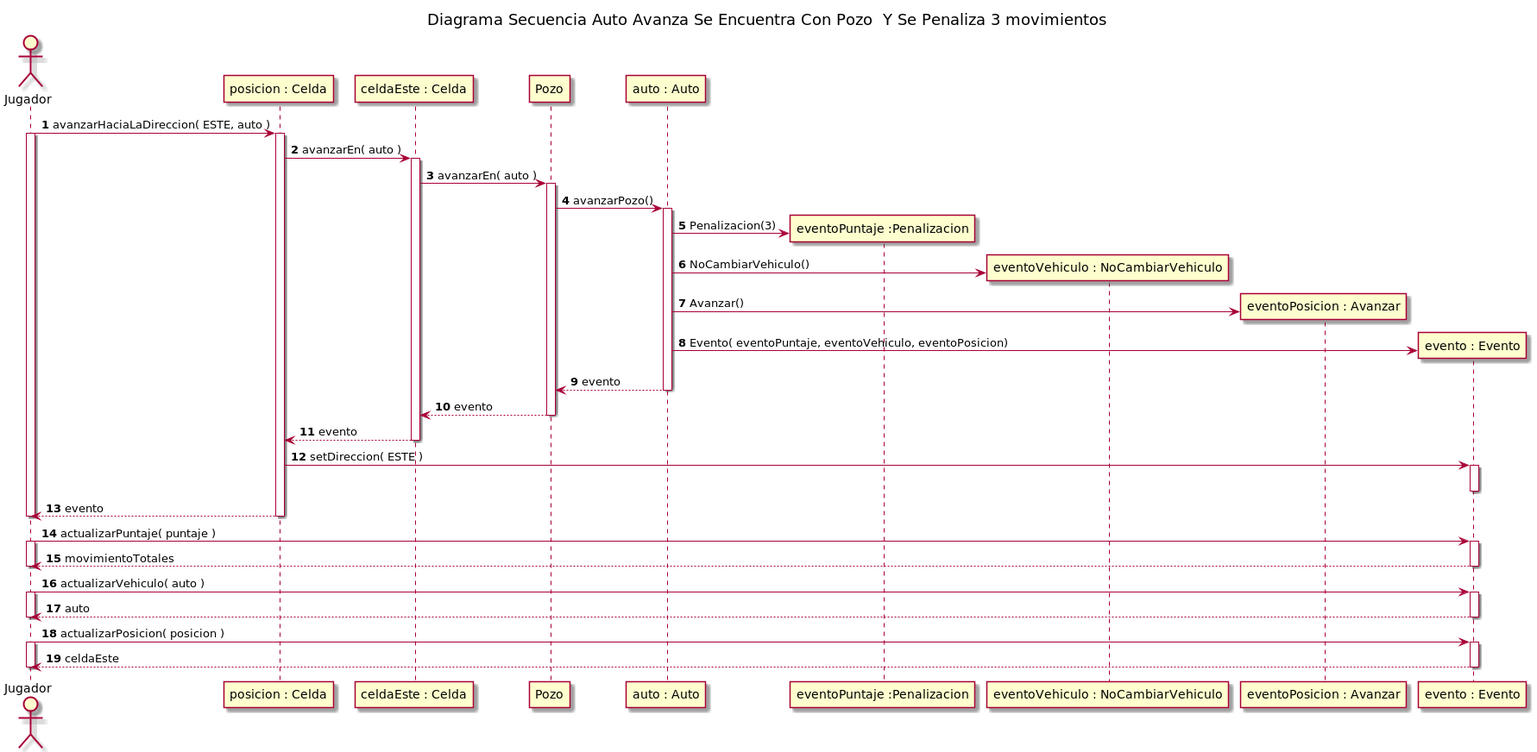
rodrigovzq/algo3_tp2 keeps this PlantUML diagram as diagrams/sequences/entrega1/actualizados/img/AutoEncuentraPozoYsePenalizaEn3Movimientos.png. Above is the earlier version.
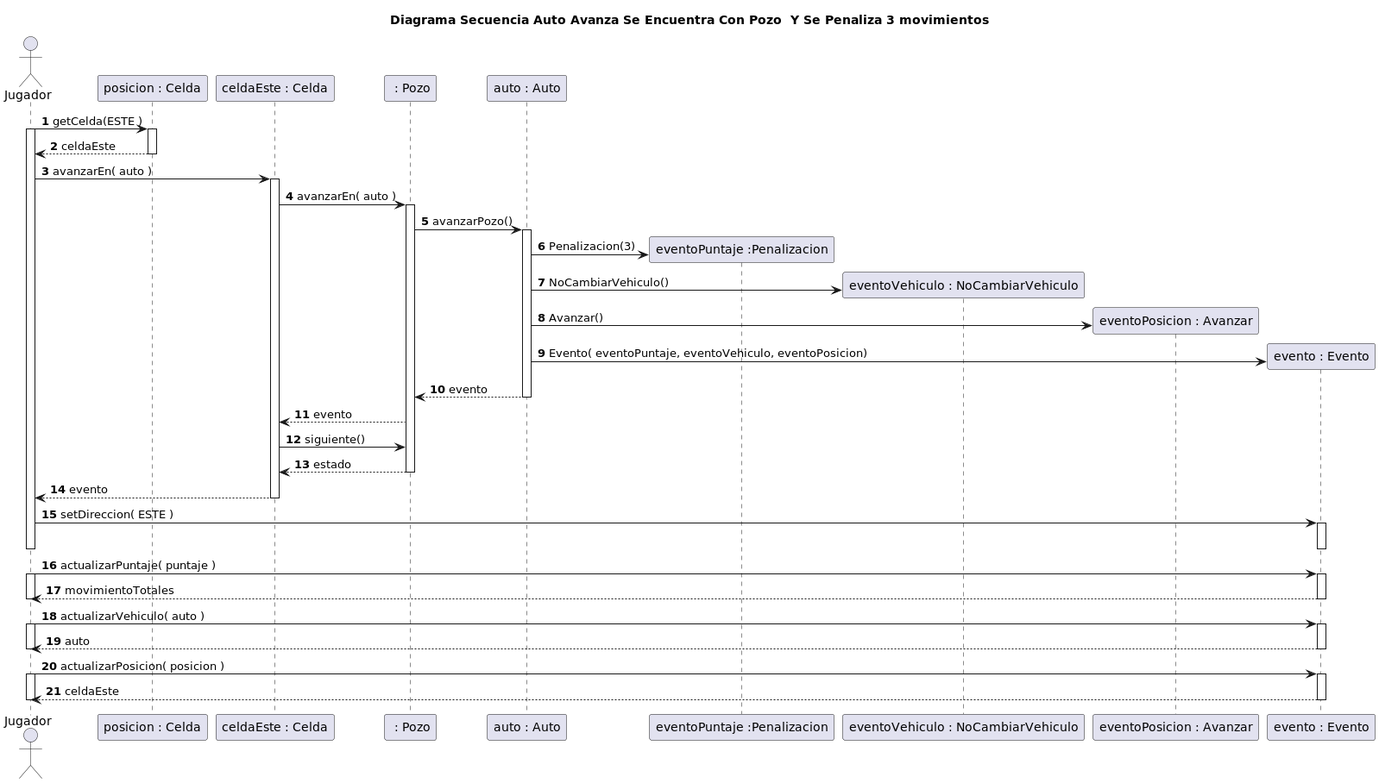
The same diagram one commit later.

The edit, as a diff of the source:
```diff
@@ -5,14 +5,16 @@
 
 actor Jugador
 
-Jugador -> "posicion : Celda"++: avanzarHaciaLaDireccion( ESTE, auto )
-
+Jugador -> "posicion : Celda"++: getCelda(ESTE )
 activate Jugador
-"posicion : Celda" -> "celdaEste : Celda"++: avanzarEn( auto )
+"posicion : Celda" --> Jugador: celdaEste
+deactivate "posicion : Celda"
+ Jugador -> "celdaEste : Celda"++: avanzarEn( auto )
 
 
-"celdaEste : Celda" -> Pozo++: avanzarEn( auto )
-Pozo -> "auto : Auto"++: avanzarPozo()
+
+"celdaEste : Celda" -> " : Pozo"++: avanzarEn( auto )
+" : Pozo" -> "auto : Auto"++: avanzarPozo()
 
 create "eventoPuntaje :Penalizacion"
 "auto : Auto"-> "eventoPuntaje :Penalizacion": Penalizacion(3)
@@ -27,19 +29,19 @@
 "auto : Auto"  -> "evento : Evento": Evento( eventoPuntaje, eventoVehiculo, eventoPosicion)
 
 
-"auto : Auto" --> Pozo: evento
+"auto : Auto" --> " : Pozo": evento
 deactivate "auto : Auto"
 
-Pozo --> "celdaEste : Celda": evento
-deactivate Pozo
+" : Pozo" --> "celdaEste : Celda": evento
+"celdaEste : Celda" -> " : Pozo": siguiente()
+" : Pozo" --> "celdaEste : Celda": estado
+deactivate " : Pozo"
 
-
-"celdaEste : Celda" --> "posicion : Celda": evento
+"celdaEste : Celda" --> Jugador: evento
 deactivate "celdaEste : Celda"
 
-"posicion : Celda" -> "evento : Evento"++: setDireccion( ESTE )
+Jugador -> "evento : Evento"++: setDireccion( ESTE )
 deactivate "evento : Evento"
-"posicion : Celda" --> Jugador--: evento
 deactivate Jugador
 
 Jugador -> "evento : Evento"++: actualizarPuntaje( puntaje )
```
